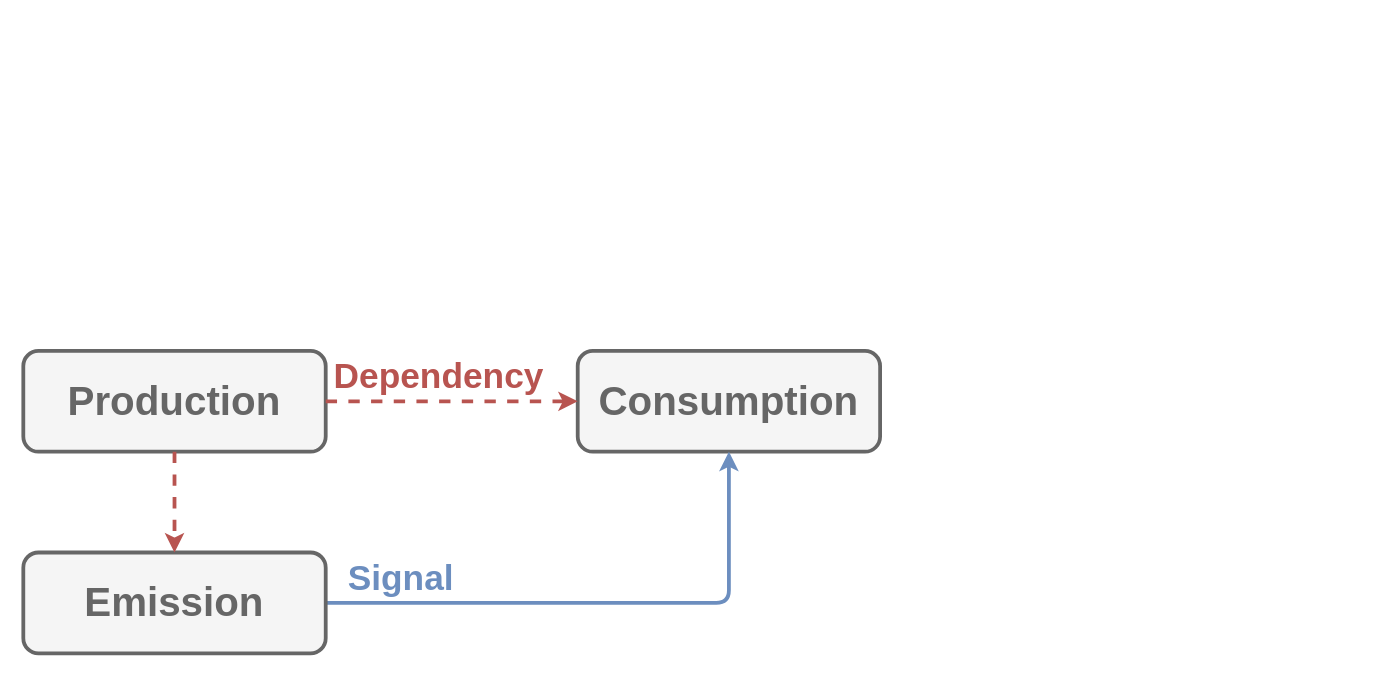
This is Documentation/Resources/Signalization.drawio from do-i-know-it/YggdrAshill.Nuadha, a draw.io file, before an edit. Source tidied: cells renumbered, new cells numbered last; positions are measured from the earlier drawing's top-left corner, leaving out a move shared by most shapes. Both pictures are drawn from the tidied source at 126%, with x=0, y=0 at pixel (23, 350).
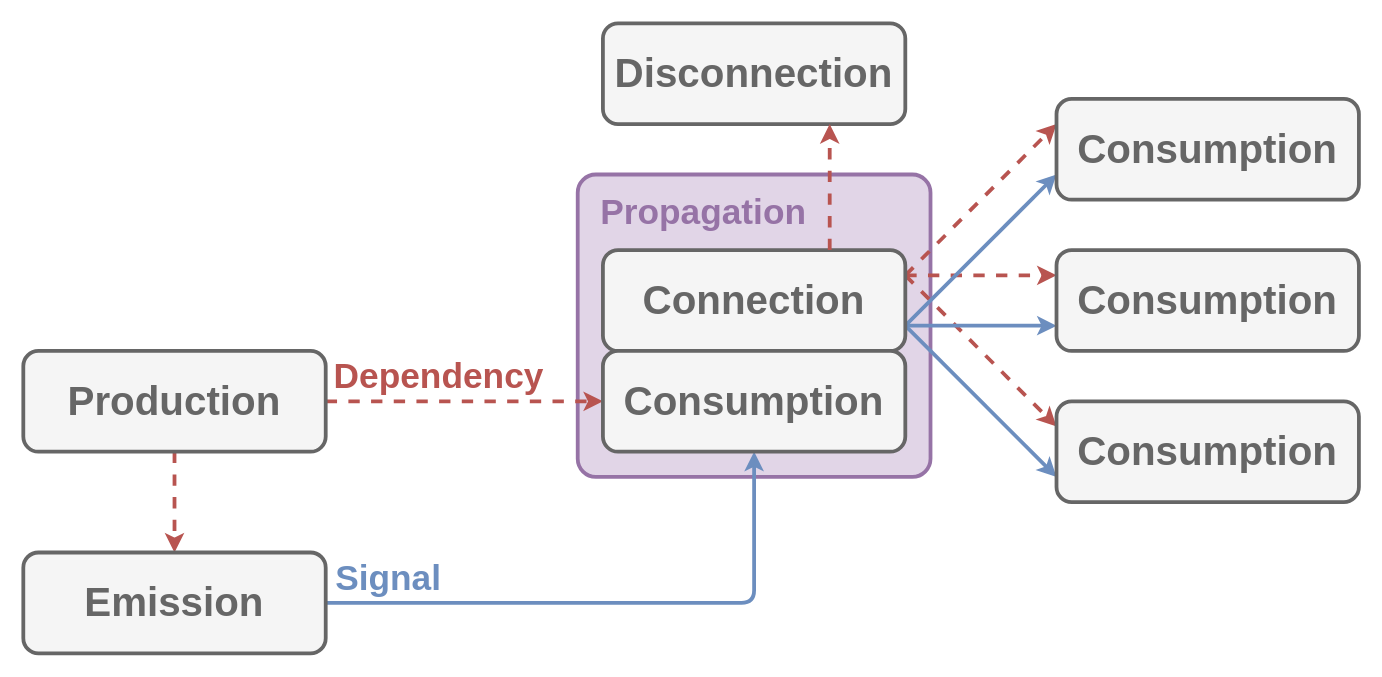
The same page after the edit.

Commit message (it also covers changes not shown here):
Modify document for Signalization

The change refers to these unchanged cells:
```xml
<mxCell id="8" value="&lt;font style=&quot;font-size: 32px&quot; color=&quot;#666666&quot;&gt;&lt;b&gt;Emission&lt;/b&gt;&lt;/font&gt;" style="rounded=1;whiteSpace=wrap;html=1;fillColor=#f5f5f5;strokeColor=#666666;strokeWidth=3;fontColor=#333333;" parent="1" vertex="1">
  <mxGeometry y="160" width="240" height="80" as="geometry" />
</mxCell>
```

The edit, as a diff of the source:
```diff
@@
-    <mxCell id="2" value="&lt;font style=&quot;font-size: 32px&quot; color=&quot;#666666&quot;&gt;&lt;b&gt;Production&lt;/b&gt;&lt;/font&gt;" style="rounded=1;whiteSpace=wrap;html=1;fillColor=#f5f5f5;strokeColor=#666666;strokeWidth=3;fontColor=#333333;" parent="1" vertex="1">
-      <mxGeometry width="240" height="80" as="geometry" />
-    </mxCell>
-    <mxCell id="3" value="&lt;font style=&quot;font-size: 32px&quot; color=&quot;#666666&quot;&gt;&lt;b&gt;Consumption&lt;/b&gt;&lt;/font&gt;" style="rounded=1;whiteSpace=wrap;html=1;fillColor=#f5f5f5;strokeColor=#666666;strokeWidth=3;fontColor=#333333;" parent="1" vertex="1">
-      <mxGeometry x="440" width="240" height="80" as="geometry" />
-    </mxCell>
-    <mxCell id="4" style="endArrow=classic;html=1;exitX=1;exitY=0.5;exitDx=0;exitDy=0;entryX=0;entryY=0.5;entryDx=0;entryDy=0;fillColor=#f8cecc;strokeColor=#b85450;strokeWidth=3;dashed=1;" parent="1" edge="1" source="2" target="3">
-      <mxGeometry relative="1" as="geometry" />
-    </mxCell>
-    <mxCell id="5" style="endArrow=classic;html=1;exitX=1;exitY=0.5;exitDx=0;exitDy=0;entryX=0.5;entryY=1;entryDx=0;entryDy=0;strokeWidth=3;fillColor=#dae8fc;strokeColor=#6c8ebf;edgeStyle=orthogonalEdgeStyle;elbow=vertical;" parent="1" edge="1" source="8" target="3">
-      <mxGeometry relative="1" as="geometry" />
-    </mxCell>
+    <mxCell id="10" style="rounded=1;whiteSpace=wrap;html=1;arcSize=6;strokeWidth=3;fillColor=#e1d5e7;strokeColor=#9673A6;" parent="1" vertex="1">
+      <mxGeometry x="440" y="-140" width="280" height="240" as="geometry" />
+    </mxCell>
+    <mxCell id="11" value="&lt;b&gt;&lt;font style=&quot;font-size: 28px&quot; color=&quot;#9673a6&quot;&gt;Propagation&lt;/font&gt;&lt;/b&gt;" style="text;html=1;align=center;verticalAlign=middle;whiteSpace=wrap;rounded=0;" parent="1" vertex="1">
+      <mxGeometry x="440" y="-130" width="200" height="40" as="geometry" />
+    </mxCell>
+    <mxCell id="12" style="endArrow=classic;html=1;exitX=1;exitY=0.25;exitDx=0;exitDy=0;entryX=0;entryY=0.25;entryDx=0;entryDy=0;fillColor=#f8cecc;strokeColor=#b85450;strokeWidth=3;dashed=1;" parent="1" edge="1" source="20" target="22">
+      <mxGeometry relative="1" as="geometry" />
+    </mxCell>
+    <mxCell id="13" style="endArrow=classic;html=1;exitX=1;exitY=0.25;exitDx=0;exitDy=0;entryX=0;entryY=0.25;entryDx=0;entryDy=0;fillColor=#f8cecc;strokeColor=#b85450;strokeWidth=3;dashed=1;" parent="1" edge="1" source="20" target="21">
+      <mxGeometry relative="1" as="geometry" />
+    </mxCell>
+    <mxCell id="14" style="endArrow=classic;html=1;exitX=1;exitY=0.25;exitDx=0;exitDy=0;entryX=0;entryY=0.25;entryDx=0;entryDy=0;fillColor=#f8cecc;strokeColor=#b85450;strokeWidth=3;dashed=1;" parent="1" edge="1" source="20" target="23">
+      <mxGeometry relative="1" as="geometry" />
+    </mxCell>
+    <mxCell id="15" style="endArrow=classic;html=1;exitX=1;exitY=0.75;exitDx=0;exitDy=0;entryX=0;entryY=0.75;entryDx=0;entryDy=0;strokeWidth=3;fillColor=#dae8fc;strokeColor=#6c8ebf;" parent="1" edge="1" source="20" target="23">
+      <mxGeometry relative="1" as="geometry" />
+    </mxCell>
+    <mxCell id="16" style="endArrow=classic;html=1;exitX=1;exitY=0.75;exitDx=0;exitDy=0;entryX=0;entryY=0.75;entryDx=0;entryDy=0;strokeWidth=3;fillColor=#dae8fc;strokeColor=#6c8ebf;" parent="1" edge="1" source="20" target="21">
+      <mxGeometry relative="1" as="geometry" />
+    </mxCell>
+    <mxCell id="17" style="endArrow=classic;html=1;exitX=1;exitY=0.75;exitDx=0;exitDy=0;entryX=0;entryY=0.75;entryDx=0;entryDy=0;strokeWidth=3;fillColor=#dae8fc;strokeColor=#6c8ebf;" parent="1" edge="1" source="20" target="22">
+      <mxGeometry relative="1" as="geometry" />
+    </mxCell>
+    <mxCell id="18" style="endArrow=classic;html=1;exitX=1;exitY=0.5;exitDx=0;exitDy=0;entryX=0;entryY=0.5;entryDx=0;entryDy=0;fillColor=#f8cecc;strokeColor=#b85450;strokeWidth=3;dashed=1;" parent="1" edge="1" source="2" target="24">
+      <mxGeometry relative="1" as="geometry" />
+    </mxCell>
+    <mxCell id="19" style="endArrow=classic;html=1;entryX=0.5;entryY=1;entryDx=0;entryDy=0;strokeWidth=3;fillColor=#dae8fc;strokeColor=#6c8ebf;elbow=vertical;exitX=1;exitY=0.5;exitDx=0;exitDy=0;edgeStyle=orthogonalEdgeStyle;" parent="1" edge="1" source="8" target="24">
+      <mxGeometry relative="1" as="geometry" />
+    </mxCell>
@@
     <mxCell id="7" value="&lt;b&gt;&lt;font style=&quot;font-size: 28px&quot; color=&quot;#6c8ebf&quot;&gt;Signal&lt;/font&gt;&lt;/b&gt;" style="text;html=1;align=center;verticalAlign=middle;whiteSpace=wrap;rounded=0;" parent="1" vertex="1">
-      <mxGeometry x="240" y="160" width="120" height="40" as="geometry" />
+      <mxGeometry x="240" y="160" width="100" height="40" as="geometry" />
     </mxCell>
+    <mxCell id="9" style="endArrow=classic;html=1;exitX=0.5;exitY=1;exitDx=0;exitDy=0;entryX=0.5;entryY=0;entryDx=0;entryDy=0;fillColor=#f8cecc;strokeColor=#b85450;strokeWidth=3;dashed=1;" parent="1" edge="1" source="2" target="8">
+      <mxGeometry relative="1" as="geometry" />
+    </mxCell>
+    <mxCell id="20" value="&lt;font style=&quot;font-size: 32px&quot; color=&quot;#666666&quot;&gt;&lt;b&gt;Connection&lt;/b&gt;&lt;/font&gt;" style="rounded=1;whiteSpace=wrap;html=1;strokeWidth=3;fillColor=#f5f5f5;strokeColor=#666666;fontColor=#333333;" parent="1" vertex="1">
+      <mxGeometry x="460" y="-80" width="240" height="80" as="geometry" />
+    </mxCell>
+    <mxCell id="21" value="&lt;font style=&quot;font-size: 32px&quot; color=&quot;#666666&quot;&gt;&lt;b&gt;Consumption&lt;/b&gt;&lt;/font&gt;" style="rounded=1;whiteSpace=wrap;html=1;fillColor=#f5f5f5;strokeColor=#666666;strokeWidth=3;fontColor=#333333;" parent="1" vertex="1">
+      <mxGeometry x="820" y="-200" width="240" height="80" as="geometry" />
+    </mxCell>
+    <mxCell id="22" value="&lt;font style=&quot;font-size: 32px&quot; color=&quot;#666666&quot;&gt;&lt;b&gt;Consumption&lt;/b&gt;&lt;/font&gt;" style="rounded=1;whiteSpace=wrap;html=1;fillColor=#f5f5f5;strokeColor=#666666;strokeWidth=3;fontColor=#333333;" parent="1" vertex="1">
+      <mxGeometry x="820" y="40" width="240" height="80" as="geometry" />
+    </mxCell>
+    <mxCell id="23" value="&lt;font style=&quot;font-size: 32px&quot; color=&quot;#666666&quot;&gt;&lt;b&gt;Consumption&lt;/b&gt;&lt;/font&gt;" style="rounded=1;whiteSpace=wrap;html=1;fillColor=#f5f5f5;strokeColor=#666666;strokeWidth=3;fontColor=#333333;" parent="1" vertex="1">
+      <mxGeometry x="820" y="-80" width="240" height="80" as="geometry" />
+    </mxCell>
+    <mxCell id="2" value="&lt;font style=&quot;font-size: 32px&quot; color=&quot;#666666&quot;&gt;&lt;b&gt;Production&lt;/b&gt;&lt;/font&gt;" style="rounded=1;whiteSpace=wrap;html=1;fillColor=#f5f5f5;strokeColor=#666666;strokeWidth=3;fontColor=#333333;" parent="1" vertex="1">
+      <mxGeometry width="240" height="80" as="geometry" />
+    </mxCell>
+    <mxCell id="24" value="&lt;font style=&quot;font-size: 32px&quot; color=&quot;#666666&quot;&gt;&lt;b&gt;Consumption&lt;/b&gt;&lt;/font&gt;" style="rounded=1;whiteSpace=wrap;html=1;fillColor=#f5f5f5;strokeColor=#666666;strokeWidth=3;fontColor=#333333;" parent="1" vertex="1">
+      <mxGeometry x="460" width="240" height="80" as="geometry" />
+    </mxCell>
@@
-    <mxCell id="9" style="endArrow=classic;html=1;exitX=0.5;exitY=1;exitDx=0;exitDy=0;entryX=0.5;entryY=0;entryDx=0;entryDy=0;fillColor=#f8cecc;strokeColor=#b85450;strokeWidth=3;dashed=1;" parent="1" edge="1" source="2" target="8">
-      <mxGeometry relative="1" as="geometry" />
-    </mxCell>
+    <mxCell id="25" value="&lt;font style=&quot;font-size: 32px&quot; color=&quot;#666666&quot;&gt;&lt;b&gt;Disconnection&lt;/b&gt;&lt;/font&gt;" style="rounded=1;whiteSpace=wrap;html=1;fillColor=#f5f5f5;strokeColor=#666666;strokeWidth=3;fontColor=#333333;" parent="1" vertex="1">
+      <mxGeometry x="460" y="-260" width="240" height="80" as="geometry" />
+    </mxCell>
+    <mxCell id="26" style="endArrow=classic;html=1;exitX=0.75;exitY=0;exitDx=0;exitDy=0;entryX=0.75;entryY=1;entryDx=0;entryDy=0;fillColor=#f8cecc;strokeColor=#b85450;strokeWidth=3;dashed=1;" parent="1" edge="1" source="20" target="25">
+      <mxGeometry relative="1" as="geometry" />
+    </mxCell>
```
